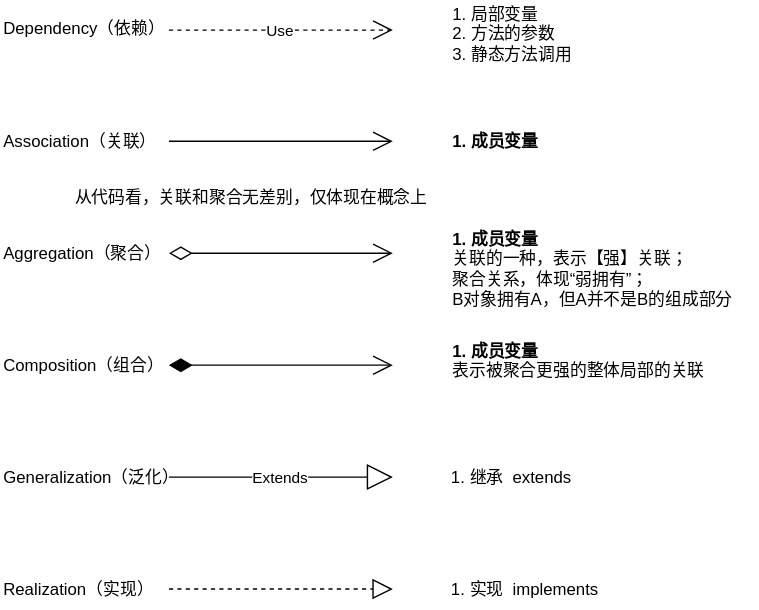
Earlier version of the draw.io export uml/uml-class.svg (rabbitcount/drawio). Source tidied: cells renumbered, new cells last; positions are measured from the earlier drawing's top-left corner, leaving out a move shared by most shapes.
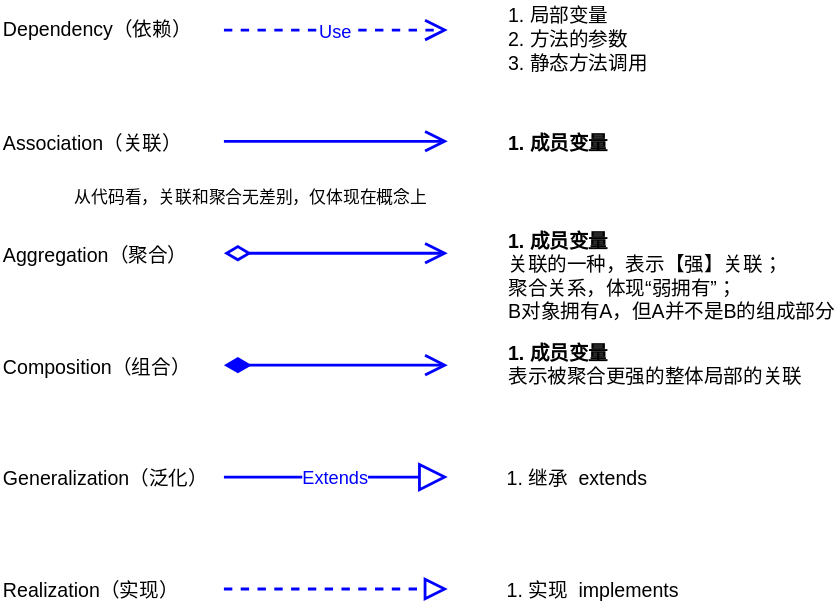
Later version of the same file.

Change to the diagram source:
```diff
@@ -2,80 +2,80 @@
   <root>
     <mxCell id="0" />
     <mxCell id="1" parent="0" />
-    <mxCell id="2" value="Use" style="endArrow=open;endSize=12;dashed=1;html=1;" parent="1" edge="1">
+    <mxCell id="2" value="Use" style="endArrow=open;endSize=12;dashed=1;html=1;strokeWidth=2;strokeColor=#0000FF;fontColor=#0000FF;fontSize=13;" parent="1" edge="1">
       <mxGeometry relative="1" as="geometry">
-        <mxPoint x="120" y="21" as="sourcePoint" />
-        <mxPoint x="280" y="21" as="targetPoint" />
+        <mxPoint x="159.5" y="21" as="sourcePoint" />
+        <mxPoint x="319.5" y="21" as="targetPoint" />
       </mxGeometry>
     </mxCell>
-    <mxCell id="3" value="Dependency（依赖）" style="text;html=1;align=left;verticalAlign=top;spacingTop=-4;" parent="1" vertex="1">
+    <mxCell id="3" value="Dependency（依赖）" style="text;html=1;align=left;verticalAlign=top;spacingTop=-4;fontSize=14;" parent="1" vertex="1">
       <mxGeometry y="10" width="130" height="20" as="geometry" />
     </mxCell>
-    <mxCell id="4" value="1. 局部变量&lt;br&gt;2. 方法的参数&lt;br&gt;3. 静态方法调用" style="text;html=1;align=left;verticalAlign=top;spacingTop=-4;" parent="1" vertex="1">
-      <mxGeometry x="321" width="100" height="40" as="geometry" />
+    <mxCell id="4" value="1. 局部变量&lt;br style=&quot;font-size: 14px;&quot;&gt;2. 方法的参数&lt;br style=&quot;font-size: 14px;&quot;&gt;3. 静态方法调用" style="text;html=1;align=left;verticalAlign=top;spacingTop=-4;fontSize=14;" parent="1" vertex="1">
+      <mxGeometry x="360.5" width="100" height="40" as="geometry" />
     </mxCell>
-    <mxCell id="5" value="Association（关联）" style="text;html=1;align=left;verticalAlign=top;spacingTop=-4;" parent="1" vertex="1">
+    <mxCell id="5" value="Association（关联）" style="text;html=1;align=left;verticalAlign=top;spacingTop=-4;fontSize=14;" parent="1" vertex="1">
       <mxGeometry y="91" width="120" height="20" as="geometry" />
     </mxCell>
-    <mxCell id="6" style="endArrow=open;endFill=1;endSize=12;html=1;" parent="1" edge="1">
+    <mxCell id="6" style="endArrow=open;endFill=1;endSize=12;html=1;strokeWidth=2;strokeColor=#0000FF;" parent="1" edge="1">
       <mxGeometry relative="1" as="geometry">
-        <mxPoint x="120" y="100.5" as="sourcePoint" />
-        <mxPoint x="280" y="100.5" as="targetPoint" />
+        <mxPoint x="159.5" y="100.5" as="sourcePoint" />
+        <mxPoint x="319.5" y="100.5" as="targetPoint" />
       </mxGeometry>
     </mxCell>
-    <mxCell id="7" value="&lt;b&gt;1. 成员变量&lt;/b&gt;" style="text;html=1;align=left;verticalAlign=top;spacingTop=-4;" parent="1" vertex="1">
-      <mxGeometry x="321" y="91" width="80" height="20" as="geometry" />
+    <mxCell id="7" value="&lt;b style=&quot;font-size: 14px;&quot;&gt;1. 成员变量&lt;/b&gt;" style="text;html=1;align=left;verticalAlign=top;spacingTop=-4;fontSize=14;" parent="1" vertex="1">
+      <mxGeometry x="360.5" y="91" width="80" height="20" as="geometry" />
     </mxCell>
-    <mxCell id="8" value="Aggregation（聚合）" style="text;html=1;align=left;verticalAlign=top;spacingTop=-4;" parent="1" vertex="1">
+    <mxCell id="8" value="Aggregation（聚合）" style="text;html=1;align=left;verticalAlign=top;spacingTop=-4;fontSize=14;" parent="1" vertex="1">
       <mxGeometry y="171" width="130" height="20" as="geometry" />
     </mxCell>
-    <mxCell id="9" style="endArrow=open;html=1;endSize=12;startArrow=diamondThin;startSize=14;startFill=0;edgeStyle=orthogonalEdgeStyle;align=left;verticalAlign=bottom;" parent="1" edge="1">
+    <mxCell id="9" style="endArrow=open;html=1;endSize=12;startArrow=diamondThin;startSize=14;startFill=0;edgeStyle=orthogonalEdgeStyle;align=left;verticalAlign=bottom;strokeWidth=2;strokeColor=#0000FF;" parent="1" edge="1">
       <mxGeometry x="-1" y="3" relative="1" as="geometry">
-        <mxPoint x="120" y="180.5" as="sourcePoint" />
-        <mxPoint x="280" y="180.5" as="targetPoint" />
+        <mxPoint x="159.5" y="180.5" as="sourcePoint" />
+        <mxPoint x="319.5" y="180.5" as="targetPoint" />
       </mxGeometry>
     </mxCell>
-    <mxCell id="10" value="&lt;b&gt;1. 成员变量&lt;/b&gt;&lt;br&gt;关联的一种，表示【强】关联；&lt;br&gt;聚合关系，体现“弱拥有”；&lt;br&gt;B对象拥有A，但A并不是B的组成部分" style="text;html=1;align=left;verticalAlign=top;spacingTop=-4;" parent="1" vertex="1">
-      <mxGeometry x="321" y="161" width="220" height="60" as="geometry" />
+    <mxCell id="10" value="&lt;b style=&quot;font-size: 14px;&quot;&gt;1. 成员变量&lt;/b&gt;&lt;br style=&quot;font-size: 14px;&quot;&gt;关联的一种，表示【强】关联；&lt;br style=&quot;font-size: 14px;&quot;&gt;聚合关系，体现“弱拥有”；&lt;br style=&quot;font-size: 14px;&quot;&gt;B对象拥有A，但A并不是B的组成部分" style="text;html=1;align=left;verticalAlign=top;spacingTop=-4;fontSize=14;" parent="1" vertex="1">
+      <mxGeometry x="360.5" y="161" width="220" height="60" as="geometry" />
     </mxCell>
     <mxCell id="11" value="从代码看，关联和聚合无差别，仅体现在概念上" style="text;html=1;align=left;verticalAlign=top;spacingTop=-4;" parent="1" vertex="1">
       <mxGeometry x="51" y="131" width="270" height="20" as="geometry" />
     </mxCell>
-    <mxCell id="12" value="Composition（组合）" style="text;html=1;align=left;verticalAlign=top;spacingTop=-4;" parent="1" vertex="1">
+    <mxCell id="12" value="Composition（组合）" style="text;html=1;align=left;verticalAlign=top;spacingTop=-4;fontSize=14;" parent="1" vertex="1">
       <mxGeometry y="251" width="130" height="20" as="geometry" />
     </mxCell>
-    <mxCell id="13" style="endArrow=open;html=1;endSize=12;startArrow=diamondThin;startSize=14;startFill=1;edgeStyle=orthogonalEdgeStyle;align=left;verticalAlign=bottom;" parent="1" edge="1">
+    <mxCell id="13" style="endArrow=open;html=1;endSize=12;startArrow=diamondThin;startSize=14;startFill=1;edgeStyle=orthogonalEdgeStyle;align=left;verticalAlign=bottom;strokeWidth=2;strokeColor=#0000FF;" parent="1" edge="1">
       <mxGeometry x="-1" y="3" relative="1" as="geometry">
-        <mxPoint x="120" y="260.5" as="sourcePoint" />
-        <mxPoint x="280" y="260.5" as="targetPoint" />
+        <mxPoint x="159.5" y="260.5" as="sourcePoint" />
+        <mxPoint x="319.5" y="260.5" as="targetPoint" />
       </mxGeometry>
     </mxCell>
-    <mxCell id="14" value="&lt;b&gt;1. 成员变量&lt;/b&gt;&lt;br&gt;表示被聚合更强的整体局部的关联" style="text;html=1;align=left;verticalAlign=top;spacingTop=-4;" parent="1" vertex="1">
-      <mxGeometry x="321" y="241" width="200" height="30" as="geometry" />
+    <mxCell id="14" value="&lt;b style=&quot;font-size: 14px;&quot;&gt;1. 成员变量&lt;/b&gt;&lt;br style=&quot;font-size: 14px;&quot;&gt;表示被聚合更强的整体局部的关联" style="text;html=1;align=left;verticalAlign=top;spacingTop=-4;fontSize=14;" parent="1" vertex="1">
+      <mxGeometry x="360.5" y="241" width="200" height="30" as="geometry" />
     </mxCell>
-    <mxCell id="15" value="Generalization（泛化）" style="text;html=1;align=left;verticalAlign=top;spacingTop=-4;" parent="1" vertex="1">
+    <mxCell id="15" value="Generalization（泛化）" style="text;html=1;align=left;verticalAlign=top;spacingTop=-4;fontSize=14;" parent="1" vertex="1">
       <mxGeometry y="331" width="140" height="20" as="geometry" />
     </mxCell>
-    <mxCell id="16" value="Extends" style="endArrow=block;endSize=16;endFill=0;html=1;" parent="1" edge="1">
+    <mxCell id="16" value="Extends" style="endArrow=block;endSize=16;endFill=0;html=1;strokeWidth=2;strokeColor=#0000FF;fontColor=#0000FF;fontSize=13;" parent="1" edge="1">
       <mxGeometry relative="1" as="geometry">
-        <mxPoint x="120" y="340.5" as="sourcePoint" />
-        <mxPoint x="280" y="340.5" as="targetPoint" />
+        <mxPoint x="159.5" y="340.5" as="sourcePoint" />
+        <mxPoint x="319.5" y="340.5" as="targetPoint" />
       </mxGeometry>
     </mxCell>
-    <mxCell id="17" value="1. 继承&amp;nbsp; extends" style="text;html=1;align=left;verticalAlign=top;spacingTop=-4;" parent="1" vertex="1">
-      <mxGeometry x="320" y="331" width="100" height="20" as="geometry" />
+    <mxCell id="17" value="1. 继承&amp;nbsp; extends" style="text;html=1;align=left;verticalAlign=top;spacingTop=-4;fontSize=14;" parent="1" vertex="1">
+      <mxGeometry x="359.5" y="331" width="100" height="20" as="geometry" />
     </mxCell>
-    <mxCell id="18" value="Realization（实现）" style="text;html=1;align=left;verticalAlign=top;spacingTop=-4;" parent="1" vertex="1">
+    <mxCell id="18" value="Realization（实现）" style="text;html=1;align=left;verticalAlign=top;spacingTop=-4;fontSize=14;" parent="1" vertex="1">
       <mxGeometry y="411" width="120" height="20" as="geometry" />
     </mxCell>
-    <mxCell id="19" style="endArrow=block;dashed=1;endFill=0;endSize=12;html=1;" parent="1" edge="1">
+    <mxCell id="19" style="endArrow=block;dashed=1;endFill=0;endSize=12;html=1;strokeWidth=2;strokeColor=#0000FF;" parent="1" edge="1">
       <mxGeometry relative="1" as="geometry">
-        <mxPoint x="120" y="420.5" as="sourcePoint" />
-        <mxPoint x="280" y="420.5" as="targetPoint" />
+        <mxPoint x="159.5" y="420.5" as="sourcePoint" />
+        <mxPoint x="319.5" y="420.5" as="targetPoint" />
       </mxGeometry>
     </mxCell>
-    <mxCell id="20" value="1. 实现&amp;nbsp; implements" style="text;html=1;align=left;verticalAlign=top;spacingTop=-4;" parent="1" vertex="1">
-      <mxGeometry x="320" y="411" width="120" height="20" as="geometry" />
+    <mxCell id="20" value="1. 实现&amp;nbsp; implements" style="text;html=1;align=left;verticalAlign=top;spacingTop=-4;fontSize=14;" parent="1" vertex="1">
+      <mxGeometry x="359.5" y="411" width="120" height="20" as="geometry" />
     </mxCell>
   </root>
 </mxGraphModel>
```
